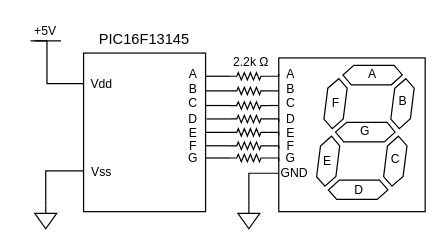
Earlier version of the draw.io diagram 7seg.drawio (jfcbooth/block_diagrams). Source tidied: cells renumbered, new cells numbered last; positions are measured from the earlier drawing's top-left corner, leaving out a move shared by most shapes. Both pictures are drawn from the tidied source at 122%, with x=0, y=0 at pixel (21, 21).
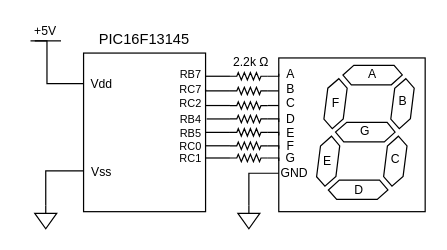
The same page after the edit.

The change refers to these unchanged cells:
```xml
<mxCell id="22" style="rounded=0;whiteSpace=wrap;html=1;" parent="1" vertex="1">
  <mxGeometry x="51" y="26" width="100" height="130" as="geometry" />
</mxCell>
<mxCell id="36" style="verticalLabelPosition=bottom;shadow=0;dashed=0;align=center;html=1;verticalAlign=top;shape=mxgraph.electrical.resistors.resistor_2;" parent="1" vertex="1">
  <mxGeometry x="171" y="109" width="31" height="6" as="geometry" />
</mxCell>
```

The edit, as a diff of the source:
```diff
@@
-    <mxCell id="41" style="edgeStyle=orthogonalEdgeStyle;rounded=0;jettySize=auto;html=1;exitX=0;exitY=0.5;exitDx=0;exitDy=0;exitPerimeter=0;entryX=1;entryY=0.5;entryDx=0;entryDy=0;endArrow=none;endFill=0;" parent="1" edge="1" source="36" target="49">
+    <mxCell id="41" style="edgeStyle=orthogonalEdgeStyle;rounded=0;jettySize=auto;html=1;exitX=0;exitY=0.5;exitDx=0;exitDy=0;exitPerimeter=0;entryX=0.999;entryY=0.657;entryDx=0;entryDy=0;endArrow=none;endFill=0;entryPerimeter=0;" parent="1" edge="1" source="36" target="22">
       <mxGeometry relative="1" as="geometry" />
     </mxCell>
@@
-    <mxCell id="43" value="&lt;font style=&quot;font-size: 10px;&quot;&gt;A&lt;/font&gt;" style="text;html=1;strokeColor=none;fillColor=none;align=center;verticalAlign=middle;whiteSpace=wrap;rounded=0;" parent="1" vertex="1">
-      <mxGeometry x="131" y="38" width="20" height="10" as="geometry" />
+    <mxCell id="43" value="&lt;font style=&quot;font-size: 9px;&quot;&gt;RB7&lt;/font&gt;" style="text;html=1;strokeColor=none;fillColor=none;align=center;verticalAlign=middle;whiteSpace=wrap;rounded=0;" parent="1" vertex="1">
+      <mxGeometry x="129" y="38" width="20" height="10" as="geometry" />
     </mxCell>
-    <mxCell id="44" value="&lt;font style=&quot;font-size: 10px;&quot;&gt;B&lt;/font&gt;" style="text;html=1;strokeColor=none;fillColor=none;align=center;verticalAlign=middle;whiteSpace=wrap;rounded=0;" parent="1" vertex="1">
-      <mxGeometry x="131" y="50" width="20" height="10" as="geometry" />
+    <mxCell id="44" value="&lt;font style=&quot;font-size: 9px;&quot;&gt;RC7&lt;/font&gt;" style="text;html=1;strokeColor=none;fillColor=none;align=center;verticalAlign=middle;whiteSpace=wrap;rounded=0;" parent="1" vertex="1">
+      <mxGeometry x="129" y="50" width="20" height="10" as="geometry" />
     </mxCell>
-    <mxCell id="45" value="&lt;font style=&quot;font-size: 10px;&quot;&gt;C&lt;/font&gt;" style="text;html=1;strokeColor=none;fillColor=none;align=center;verticalAlign=middle;whiteSpace=wrap;rounded=0;" parent="1" vertex="1">
-      <mxGeometry x="131" y="62" width="20" height="10" as="geometry" />
+    <mxCell id="45" value="&lt;font style=&quot;font-size: 9px;&quot;&gt;RC2&lt;/font&gt;" style="text;html=1;strokeColor=none;fillColor=none;align=center;verticalAlign=middle;whiteSpace=wrap;rounded=0;" parent="1" vertex="1">
+      <mxGeometry x="129" y="62" width="20" height="10" as="geometry" />
     </mxCell>
-    <mxCell id="46" value="&lt;font style=&quot;font-size: 10px;&quot;&gt;D&lt;/font&gt;" style="text;html=1;strokeColor=none;fillColor=none;align=center;verticalAlign=middle;whiteSpace=wrap;rounded=0;" parent="1" vertex="1">
-      <mxGeometry x="131" y="75" width="20" height="10" as="geometry" />
+    <mxCell id="46" value="&lt;font style=&quot;font-size: 9px;&quot;&gt;RB4&lt;/font&gt;" style="text;html=1;strokeColor=none;fillColor=none;align=center;verticalAlign=middle;whiteSpace=wrap;rounded=0;" parent="1" vertex="1">
+      <mxGeometry x="129" y="75" width="20" height="10" as="geometry" />
     </mxCell>
-    <mxCell id="47" value="&lt;font style=&quot;font-size: 10px;&quot;&gt;E&lt;/font&gt;" style="text;html=1;strokeColor=none;fillColor=none;align=center;verticalAlign=middle;whiteSpace=wrap;rounded=0;" parent="1" vertex="1">
-      <mxGeometry x="131" y="86" width="20" height="10" as="geometry" />
+    <mxCell id="47" value="&lt;font style=&quot;font-size: 9px;&quot;&gt;RB5&lt;/font&gt;" style="text;html=1;strokeColor=none;fillColor=none;align=center;verticalAlign=middle;whiteSpace=wrap;rounded=0;" parent="1" vertex="1">
+      <mxGeometry x="129" y="86" width="20" height="10" as="geometry" />
     </mxCell>
-    <mxCell id="48" value="&lt;font style=&quot;font-size: 10px;&quot;&gt;F&lt;/font&gt;" style="text;html=1;strokeColor=none;fillColor=none;align=center;verticalAlign=middle;whiteSpace=wrap;rounded=0;" parent="1" vertex="1">
-      <mxGeometry x="131" y="97" width="20" height="10" as="geometry" />
+    <mxCell id="48" value="&lt;font style=&quot;font-size: 9px;&quot;&gt;RC0&lt;/font&gt;" style="text;html=1;strokeColor=none;fillColor=none;align=center;verticalAlign=middle;whiteSpace=wrap;rounded=0;" parent="1" vertex="1">
+      <mxGeometry x="129" y="97" width="20" height="10" as="geometry" />
     </mxCell>
-    <mxCell id="49" value="&lt;font style=&quot;font-size: 10px;&quot;&gt;G&lt;/font&gt;" style="text;html=1;strokeColor=none;fillColor=none;align=center;verticalAlign=middle;whiteSpace=wrap;rounded=0;" parent="1" vertex="1">
-      <mxGeometry x="131" y="107" width="20" height="10" as="geometry" />
+    <mxCell id="49" value="&lt;font style=&quot;font-size: 9px;&quot;&gt;RC1&lt;/font&gt;" style="text;html=1;strokeColor=none;fillColor=none;align=center;verticalAlign=middle;whiteSpace=wrap;rounded=0;" parent="1" vertex="1">
+      <mxGeometry x="129" y="107" width="20" height="10" as="geometry" />
     </mxCell>
```
